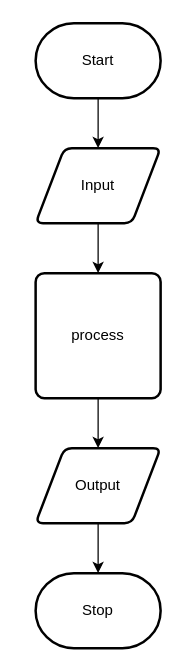
Above: design/flow-chart.drawio in Chloe-Havel/ICS2O-Unit-3-04 (draw.io), before the change. Source tidied: cells renumbered, new cells numbered last; positions are measured from the earlier drawing's top-left corner, leaving out a move shared by most shapes. Both pictures are drawn from the tidied source at 125%, with x=0, y=0 at pixel (35, 22).
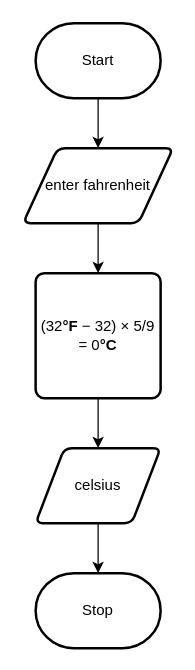
Above is the later version.

Diff of the diagram source:
```diff
@@
 <mxGraphModel>
   <root>
     <mxCell id="0" />
     <mxCell id="1" parent="0" />
     <mxCell id="2" style="edgeStyle=none;html=1;" parent="1" edge="1" source="3" target="5">
       <mxGeometry relative="1" as="geometry" />
     </mxCell>
     <mxCell id="3" value="Start" style="strokeWidth=2;html=1;shape=mxgraph.flowchart.terminator;whiteSpace=wrap;" parent="1" vertex="1">
       <mxGeometry width="100" height="60" as="geometry" />
     </mxCell>
     <mxCell id="4" style="edgeStyle=none;html=1;" parent="1" edge="1" source="5" target="7">
       <mxGeometry relative="1" as="geometry" />
     </mxCell>
-    <mxCell id="5" value="Input" style="shape=parallelogram;html=1;strokeWidth=2;perimeter=parallelogramPerimeter;whiteSpace=wrap;rounded=1;arcSize=12;size=0.23;" parent="1" vertex="1">
-      <mxGeometry y="100" width="100" height="60" as="geometry" />
+    <mxCell id="5" value="enter&amp;nbsp;fahrenheit" style="shape=parallelogram;html=1;strokeWidth=2;perimeter=parallelogramPerimeter;whiteSpace=wrap;rounded=1;arcSize=12;size=0.23;" parent="1" vertex="1">
+      <mxGeometry x="-10" y="100" width="120" height="60" as="geometry" />
     </mxCell>
     <mxCell id="6" style="edgeStyle=none;html=1;" parent="1" edge="1" source="7" target="9">
       <mxGeometry relative="1" as="geometry" />
     </mxCell>
-    <mxCell id="7" value="process" style="rounded=1;whiteSpace=wrap;html=1;absoluteArcSize=1;arcSize=14;strokeWidth=2;" parent="1" vertex="1">
+    <mxCell id="7" value="(32&lt;b&gt;°F&lt;/b&gt;&amp;nbsp;− 32) × 5/9 = 0&lt;b&gt;°C&lt;/b&gt;" style="rounded=1;whiteSpace=wrap;html=1;absoluteArcSize=1;arcSize=14;strokeWidth=2;" parent="1" vertex="1">
       <mxGeometry y="200" width="100" height="100" as="geometry" />
     </mxCell>
     <mxCell id="8" style="edgeStyle=none;html=1;" parent="1" edge="1" source="9" target="10">
       <mxGeometry relative="1" as="geometry" />
     </mxCell>
-    <mxCell id="9" value="Output" style="shape=parallelogram;html=1;strokeWidth=2;perimeter=parallelogramPerimeter;whiteSpace=wrap;rounded=1;arcSize=12;size=0.23;" parent="1" vertex="1">
+    <mxCell id="9" value="celsius" style="shape=parallelogram;html=1;strokeWidth=2;perimeter=parallelogramPerimeter;whiteSpace=wrap;rounded=1;arcSize=12;size=0.23;" parent="1" vertex="1">
       <mxGeometry y="340" width="100" height="60" as="geometry" />
     </mxCell>
     <mxCell id="10" value="Stop" style="strokeWidth=2;html=1;shape=mxgraph.flowchart.terminator;whiteSpace=wrap;" parent="1" vertex="1">
       <mxGeometry y="440" width="100" height="60" as="geometry" />
     </mxCell>
   </root>
 </mxGraphModel>
```
